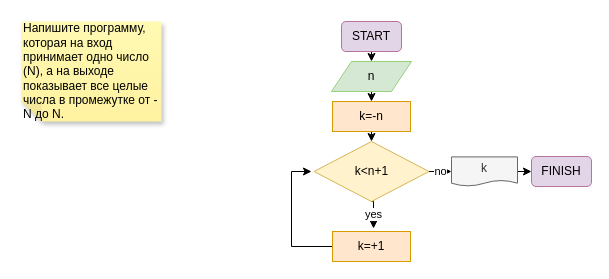
Earlier version of the draw.io diagram Seminar1/Task_3/Промежуток от -N до N.drawio (ElenaPhoenix/C_Sharp.1.0.Lectures_Seminars_HW). Source tidied: cells renumbered, new cells numbered last; positions are measured from the earlier drawing's top-left corner, leaving out a move shared by most shapes. Both pictures are drawn from the tidied source at 100%, with x=0, y=0 at pixel (21, 21).
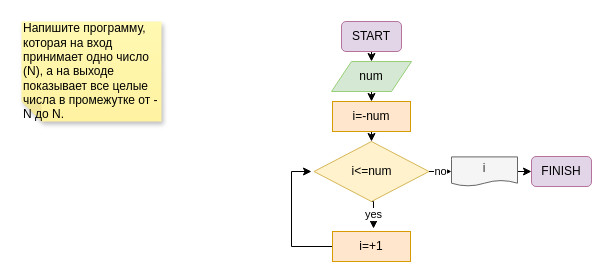
The same diagram, later.

Change to the diagram source:
```diff
@@
 <mxGraphModel>
   <root>
     <mxCell id="0" />
     <mxCell id="1" parent="0" />
     <mxCell id="2" value="Напишите программу, которая на вход принимает одно число (N), а на выходе показывает все целые числа в промежутке от -N до N." style="shape=note;whiteSpace=wrap;html=1;backgroundOutline=1;fontColor=#000000;darkOpacity=0.05;fillColor=#FFF9B2;strokeColor=none;fillStyle=solid;direction=west;gradientDirection=north;gradientColor=#FFF2A1;shadow=1;size=20;align=left;" parent="1" vertex="1">
       <mxGeometry width="140" height="100" as="geometry" />
     </mxCell>
     <mxCell id="3" style="edgeStyle=orthogonalEdgeStyle;rounded=0;jettySize=auto;html=1;exitX=0.5;exitY=1;exitDx=0;exitDy=0;entryX=0.5;entryY=0;entryDx=0;entryDy=0;" parent="1" edge="1" source="4" target="6">
       <mxGeometry relative="1" as="geometry" />
     </mxCell>
     <mxCell id="4" value="START" style="rounded=1;whiteSpace=wrap;html=1;fillColor=#e1d5e7;strokeColor=#B5739D;" parent="1" vertex="1">
       <mxGeometry x="320" width="60" height="30" as="geometry" />
     </mxCell>
     <mxCell id="5" style="edgeStyle=orthogonalEdgeStyle;rounded=0;jettySize=auto;html=1;exitX=0.5;exitY=1;exitDx=0;exitDy=0;entryX=0.5;entryY=0;entryDx=0;entryDy=0;" parent="1" edge="1" source="6">
       <mxGeometry relative="1" as="geometry">
         <mxPoint x="350" y="80" as="targetPoint" />
       </mxGeometry>
     </mxCell>
-    <mxCell id="6" value="n" style="shape=parallelogram;perimeter=parallelogramPerimeter;whiteSpace=wrap;html=1;fixedSize=1;strokeColor=#97D077;fillColor=#d5e8d4;" parent="1" vertex="1">
+    <mxCell id="6" value="num" style="shape=parallelogram;perimeter=parallelogramPerimeter;whiteSpace=wrap;html=1;fixedSize=1;strokeColor=#97D077;fillColor=#d5e8d4;" parent="1" vertex="1">
       <mxGeometry x="310" y="40" width="80" height="30" as="geometry" />
     </mxCell>
     <mxCell id="7" style="edgeStyle=orthogonalEdgeStyle;rounded=0;jettySize=auto;html=1;exitX=1;exitY=0.5;exitDx=0;exitDy=0;entryX=0;entryY=0.5;entryDx=0;entryDy=0;" parent="1" edge="1" source="8" target="9">
       <mxGeometry relative="1" as="geometry" />
     </mxCell>
-    <mxCell id="8" value="k" style="shape=document;whiteSpace=wrap;html=1;boundedLbl=1;strokeColor=#666666;fillColor=#f5f5f5;fontColor=#333333;size=0.19863013698630136;" parent="1" vertex="1">
+    <mxCell id="8" value="i" style="shape=document;whiteSpace=wrap;html=1;boundedLbl=1;strokeColor=#666666;fillColor=#f5f5f5;fontColor=#333333;size=0.19863013698630136;" parent="1" vertex="1">
       <mxGeometry x="430" y="135.4" width="66" height="29.2" as="geometry" />
     </mxCell>
     <mxCell id="9" value="FINISH" style="rounded=1;whiteSpace=wrap;html=1;fillColor=#e1d5e7;strokeColor=#B5739D;" parent="1" vertex="1">
       <mxGeometry x="510" y="135" width="60" height="30" as="geometry" />
     </mxCell>
     <mxCell id="10" value="yes" style="edgeStyle=orthogonalEdgeStyle;rounded=0;jettySize=auto;html=1;exitX=0.5;exitY=1;exitDx=0;exitDy=0;entryX=0.526;entryY=-0.1;entryDx=0;entryDy=0;entryPerimeter=0;" parent="1" edge="1" source="12" target="16">
       <mxGeometry relative="1" as="geometry" />
     </mxCell>
     <mxCell id="11" value="no" style="edgeStyle=orthogonalEdgeStyle;rounded=0;jettySize=auto;html=1;exitX=1;exitY=0.5;exitDx=0;exitDy=0;entryX=0;entryY=0.5;entryDx=0;entryDy=0;" parent="1" edge="1" source="12" target="8">
       <mxGeometry relative="1" as="geometry" />
     </mxCell>
-    <mxCell id="12" value="k&amp;lt;n+1" style="rhombus;whiteSpace=wrap;html=1;strokeColor=#d6b656;fillColor=#fff2cc;" parent="1" vertex="1">
+    <mxCell id="12" value="i&amp;lt;=num" style="rhombus;whiteSpace=wrap;html=1;strokeColor=#d6b656;fillColor=#fff2cc;" parent="1" vertex="1">
       <mxGeometry x="292.5" y="120" width="115" height="60" as="geometry" />
     </mxCell>
     <mxCell id="13" style="edgeStyle=orthogonalEdgeStyle;rounded=0;jettySize=auto;html=1;exitX=0.5;exitY=1;exitDx=0;exitDy=0;entryX=0.5;entryY=0;entryDx=0;entryDy=0;" parent="1" edge="1" source="14" target="12">
       <mxGeometry relative="1" as="geometry" />
     </mxCell>
-    <mxCell id="14" value="k=-n" style="rounded=0;whiteSpace=wrap;html=1;strokeColor=#d79b00;fillColor=#ffe6cc;" parent="1" vertex="1">
+    <mxCell id="14" value="i=-num" style="rounded=0;whiteSpace=wrap;html=1;strokeColor=#d79b00;fillColor=#ffe6cc;" parent="1" vertex="1">
       <mxGeometry x="311" y="80" width="78" height="30" as="geometry" />
     </mxCell>
     <mxCell id="15" style="edgeStyle=orthogonalEdgeStyle;rounded=0;jettySize=auto;html=1;exitX=0;exitY=0.5;exitDx=0;exitDy=0;" parent="1" edge="1" source="16">
       <mxGeometry relative="1" as="geometry">
         <mxPoint x="290" y="150" as="targetPoint" />
         <Array as="points">
           <mxPoint x="270" y="225" />
           <mxPoint x="270" y="150" />
         </Array>
       </mxGeometry>
     </mxCell>
-    <mxCell id="16" value="k=+1" style="rounded=0;whiteSpace=wrap;html=1;strokeColor=#d79b00;fillColor=#ffe6cc;" parent="1" vertex="1">
+    <mxCell id="16" value="i=+1" style="rounded=0;whiteSpace=wrap;html=1;strokeColor=#d79b00;fillColor=#ffe6cc;" parent="1" vertex="1">
       <mxGeometry x="311" y="210" width="78" height="30" as="geometry" />
     </mxCell>
   </root>
 </mxGraphModel>
```
